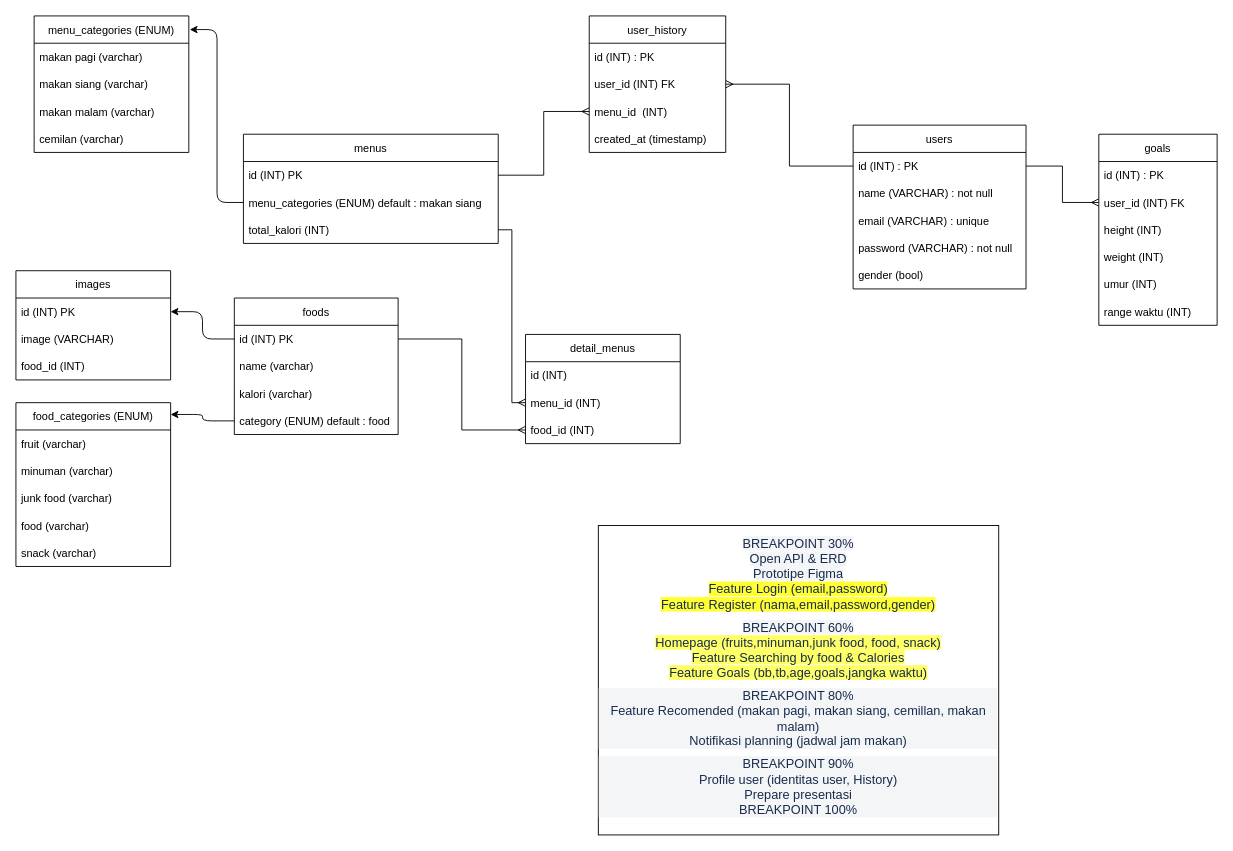
The draw.io diagram concepts/erd/ERD.drawio in FINAL-PROJECT-ALTA/BE, before the edit. Source tidied: cells renumbered, new cells numbered last; positions are measured from the earlier drawing's top-left corner, leaving out a move shared by most shapes. Both pictures are drawn from the tidied source at 91%, with x=0, y=0 at pixel (15, 15).
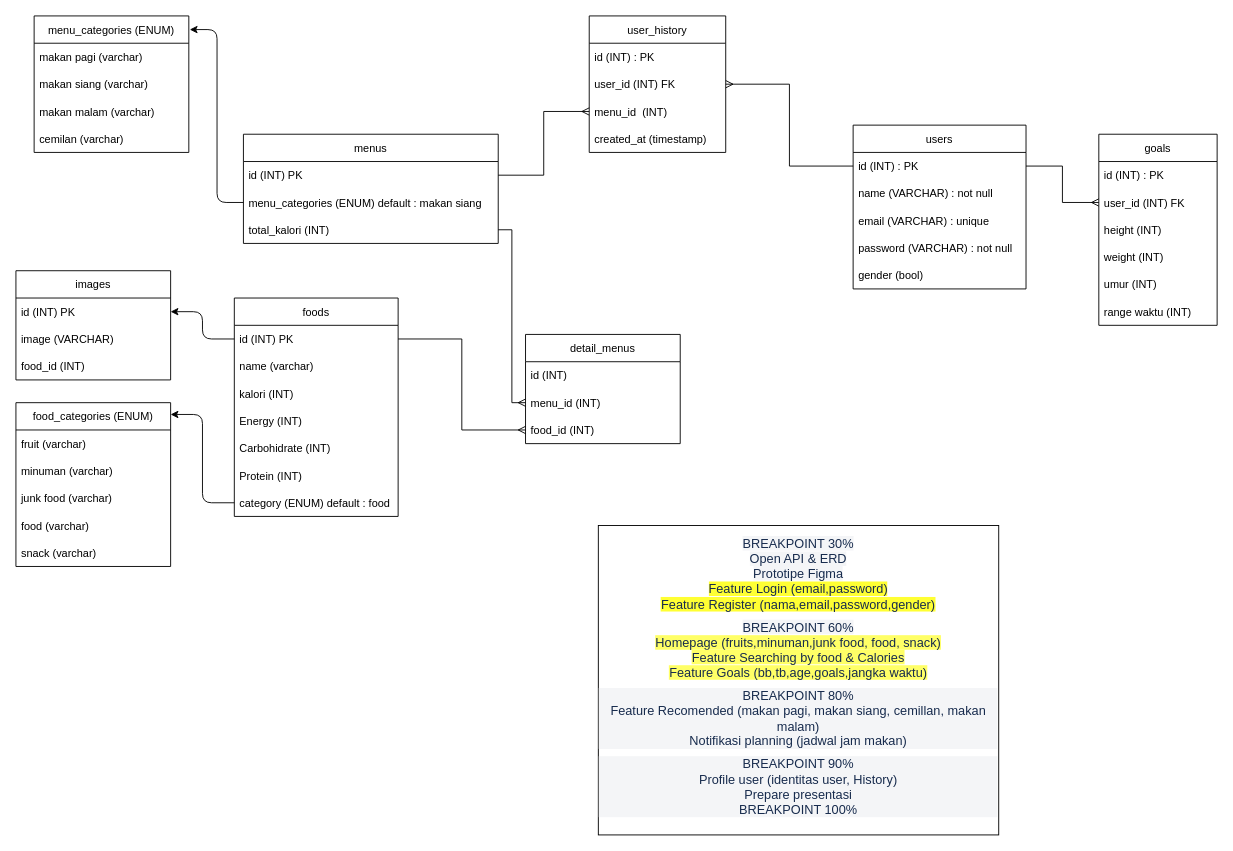
After the change.

Diff of the diagram source:
```diff
@@
     <mxCell id="12" value="foods" style="swimlane;fontStyle=0;horizontal=1;startSize=30;" parent="1" vertex="1">
-      <mxGeometry x="240" y="310" width="180" height="150" as="geometry" />
+      <mxGeometry x="240" y="310" width="180" height="240" as="geometry" />
     </mxCell>
@@
-    <mxCell id="15" value="kalori (varchar)" style="text;strokeColor=none;fillColor=none;align=left;verticalAlign=middle;spacingLeft=4;spacingRight=4;overflow=hidden;" parent="12" vertex="1">
+    <mxCell id="15" value="kalori (INT)" style="text;strokeColor=none;fillColor=none;align=left;verticalAlign=middle;spacingLeft=4;spacingRight=4;overflow=hidden;" parent="12" vertex="1">
       <mxGeometry y="90" width="180" height="30" as="geometry" />
     </mxCell>
+    <mxCell id="57" value="Energy (INT)" style="text;strokeColor=none;fillColor=none;align=left;verticalAlign=middle;spacingLeft=4;spacingRight=4;overflow=hidden;" parent="12" vertex="1">
+      <mxGeometry y="120" width="180" height="30" as="geometry" />
+    </mxCell>
+    <mxCell id="58" value="Carbohidrate (INT)" style="text;strokeColor=none;fillColor=none;align=left;verticalAlign=middle;spacingLeft=4;spacingRight=4;overflow=hidden;" parent="12" vertex="1">
+      <mxGeometry y="150" width="180" height="30" as="geometry" />
+    </mxCell>
+    <mxCell id="59" value="Protein (INT)" style="text;strokeColor=none;fillColor=none;align=left;verticalAlign=middle;spacingLeft=4;spacingRight=4;overflow=hidden;" parent="12" vertex="1">
+      <mxGeometry y="180" width="180" height="30" as="geometry" />
+    </mxCell>
     <mxCell id="16" value="category (ENUM) default : food" style="text;strokeColor=none;fillColor=none;align=left;verticalAlign=middle;spacingLeft=4;spacingRight=4;overflow=hidden;points=[[0,0.5],[1,0.5]];portConstraint=eastwest;" parent="12" vertex="1">
-      <mxGeometry y="120" width="180" height="30" as="geometry" />
+      <mxGeometry y="210" width="180" height="30" as="geometry" />
     </mxCell>
```
